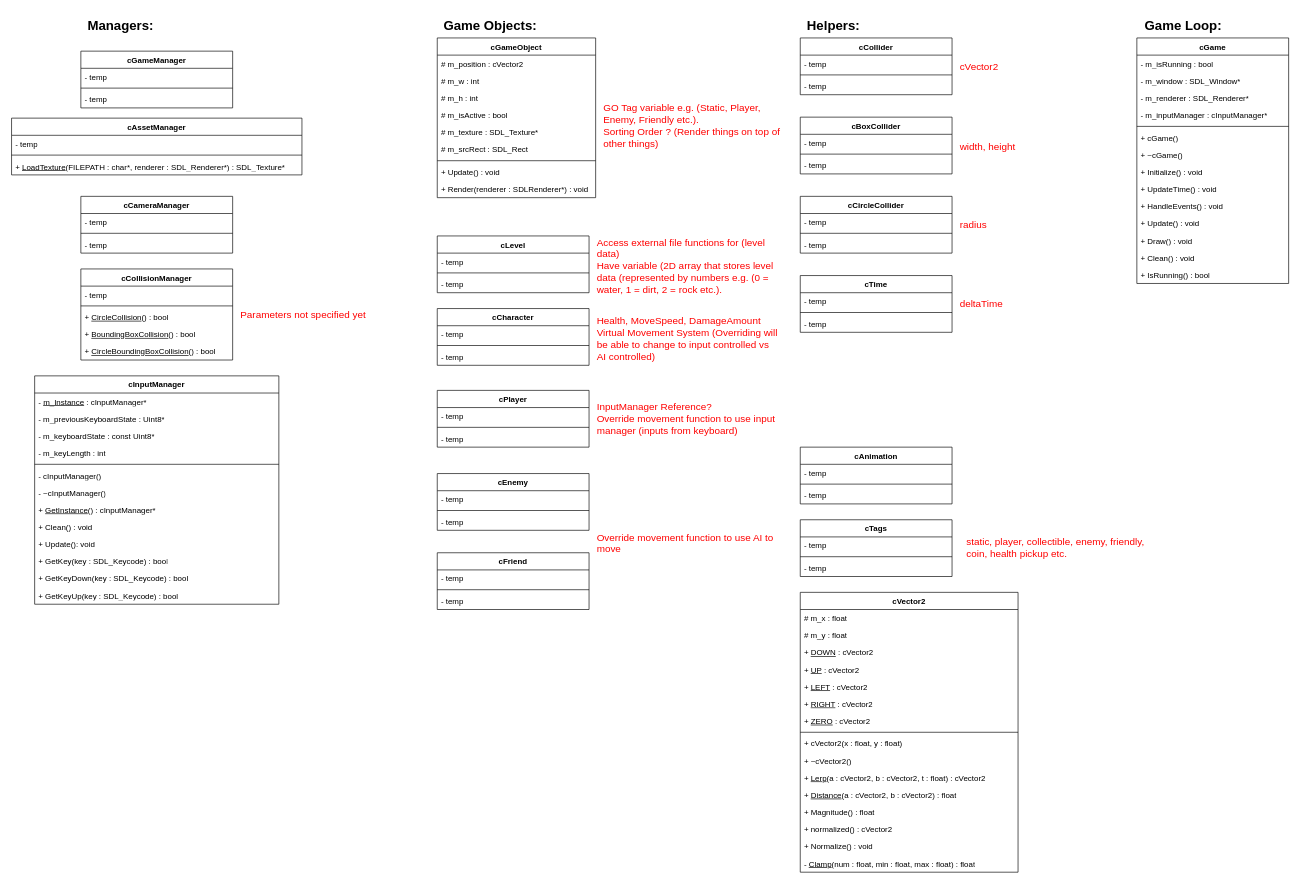
Before: CGP UML Diagram.drawio in TheMGLegends/CGP-Assessment-Project, a draw.io diagram. Source tidied: cells renumbered, new cells numbered last; positions are measured from the earlier drawing's top-left corner, leaving out a move shared by most shapes. Both pictures are drawn from the tidied source at 66%, with x=0, y=0 at pixel (11, 11).
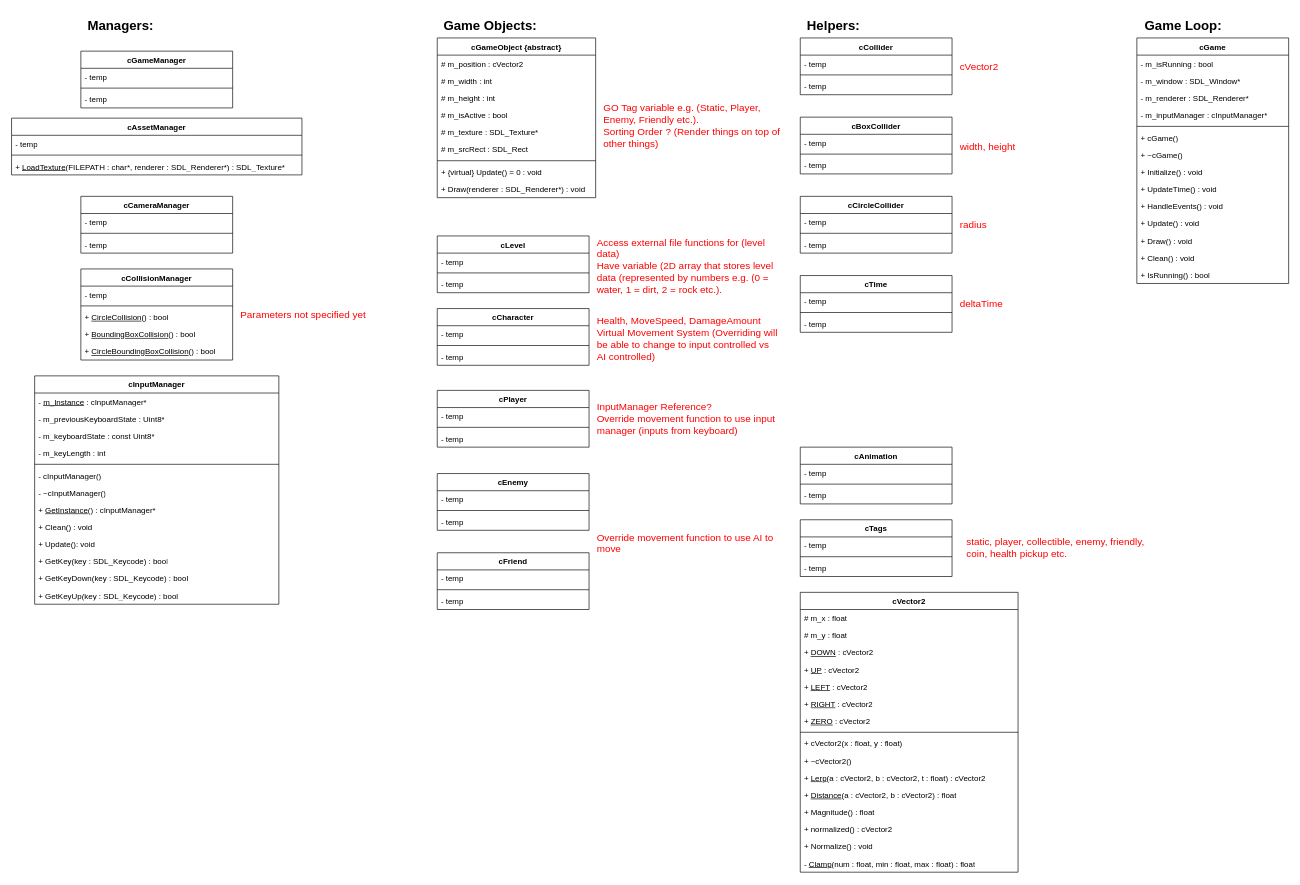
Above is the later version.

The edit, as a diff of the source:
```diff
@@
-    <mxCell id="51" value="cGameObject" style="swimlane;fontStyle=1;align=center;verticalAlign=top;horizontal=1;startSize=26;" parent="1" vertex="1">
+    <mxCell id="51" value="cGameObject {abstract}" style="swimlane;fontStyle=1;align=center;verticalAlign=top;horizontal=1;startSize=26;" parent="1" vertex="1">
       <mxGeometry x="645" y="40" width="240" height="242" as="geometry" />
     </mxCell>
@@
-    <mxCell id="53" value="# m_w : int" style="text;strokeColor=none;fillColor=none;align=left;verticalAlign=top;spacingLeft=4;spacingRight=4;overflow=hidden;" parent="51" vertex="1">
+    <mxCell id="53" value="# m_width : int" style="text;strokeColor=none;fillColor=none;align=left;verticalAlign=top;spacingLeft=4;spacingRight=4;overflow=hidden;" parent="51" vertex="1">
       <mxGeometry y="52" width="240" height="26" as="geometry" />
     </mxCell>
-    <mxCell id="54" value="# m_h : int" style="text;strokeColor=none;fillColor=none;align=left;verticalAlign=top;spacingLeft=4;spacingRight=4;overflow=hidden;" parent="51" vertex="1">
+    <mxCell id="54" value="# m_height : int" style="text;strokeColor=none;fillColor=none;align=left;verticalAlign=top;spacingLeft=4;spacingRight=4;overflow=hidden;" parent="51" vertex="1">
       <mxGeometry y="78" width="240" height="26" as="geometry" />
     </mxCell>
@@
-    <mxCell id="59" value="+ Update() : void" style="text;strokeColor=none;fillColor=none;align=left;verticalAlign=top;spacingLeft=4;spacingRight=4;overflow=hidden;" parent="51" vertex="1">
+    <mxCell id="59" value="+ {virtual} Update() = 0 : void" style="text;strokeColor=none;fillColor=none;align=left;verticalAlign=top;spacingLeft=4;spacingRight=4;overflow=hidden;" parent="51" vertex="1">
       <mxGeometry y="190" width="240" height="26" as="geometry" />
     </mxCell>
-    <mxCell id="60" value="+ Render(renderer : SDLRenderer*) : void" style="text;strokeColor=none;fillColor=none;align=left;verticalAlign=top;spacingLeft=4;spacingRight=4;overflow=hidden;" parent="51" vertex="1">
+    <mxCell id="60" value="+ Draw(renderer : SDL_Renderer*) : void" style="text;strokeColor=none;fillColor=none;align=left;verticalAlign=top;spacingLeft=4;spacingRight=4;overflow=hidden;" parent="51" vertex="1">
       <mxGeometry y="216" width="240" height="26" as="geometry" />
     </mxCell>
```
